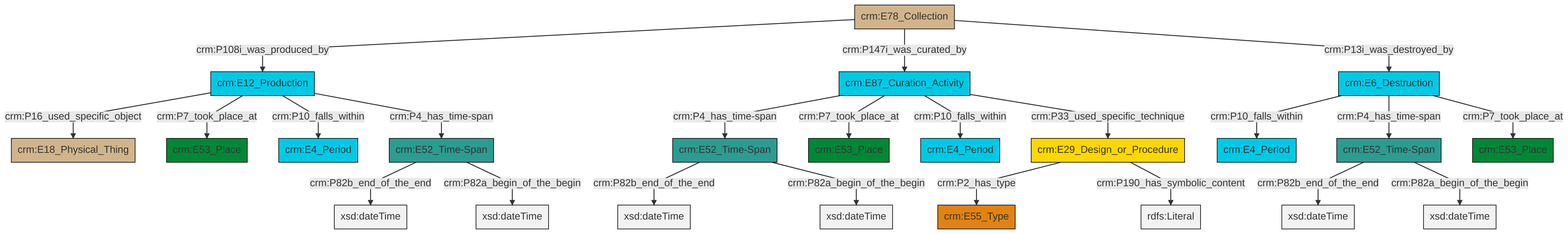
Above: et/archivalCSV/ttl/mmd/png/archival_existence.png in swiss-art-research-net/docs.swissartresearch (Mermaid), before the change. Its source is kept beside it as et/archivalCSV/ttl/mmd/archival_existence.ttl.mmd.
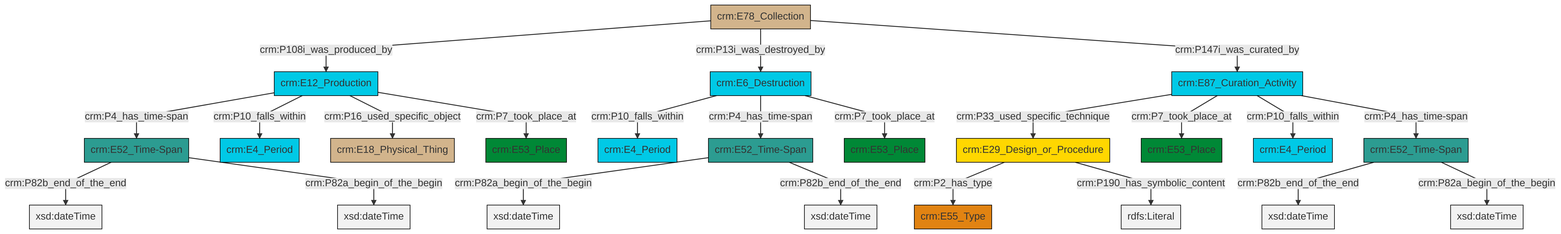
Later version of the same file.

Diff of the diagram source:
```diff
@@ -14,24 +14,24 @@
 classDef Multi fill:#cccccc,stroke:#000000;
 
 0["crm:E6_Destruction"]:::Temporal_Entity -->|crm:P10_falls_within| 1["crm:E4_Period"]:::Temporal_Entity
-4["crm:E78_Collection"]:::Physical_Thing -->|crm:P108i_was_produced_by| 5["crm:E12_Production"]:::Temporal_Entity
-6["crm:E87_Curation_Activity"]:::Temporal_Entity -->|crm:P4_has_time-span| 7["crm:E52_Time-Span"]:::Time-Span
-10["crm:E52_Time-Span"]:::Time-Span -->|crm:P82b_end_of_the_end| 11[xsd:dateTime]:::Literal
-14["crm:E52_Time-Span"]:::Time-Span -->|crm:P82b_end_of_the_end| 15[xsd:dateTime]:::Literal
-5["crm:E12_Production"]:::Temporal_Entity -->|crm:P16_used_specific_object| 16["crm:E18_Physical_Thing"]:::Physical_Thing
-4["crm:E78_Collection"]:::Physical_Thing -->|crm:P147i_was_curated_by| 6["crm:E87_Curation_Activity"]:::Temporal_Entity
-6["crm:E87_Curation_Activity"]:::Temporal_Entity -->|crm:P7_took_place_at| 8["crm:E53_Place"]:::Place
-19["crm:E29_Design_or_Procedure"]:::Conceptual_Object -->|crm:P2_has_type| 20["crm:E55_Type"]:::Type
-0["crm:E6_Destruction"]:::Temporal_Entity -->|crm:P4_has_time-span| 10["crm:E52_Time-Span"]:::Time-Span
-0["crm:E6_Destruction"]:::Temporal_Entity -->|crm:P7_took_place_at| 12["crm:E53_Place"]:::Place
-7["crm:E52_Time-Span"]:::Time-Span -->|crm:P82b_end_of_the_end| 24[xsd:dateTime]:::Literal
-19["crm:E29_Design_or_Procedure"]:::Conceptual_Object -->|crm:P190_has_symbolic_content| 26[rdfs:Literal]:::Literal
-5["crm:E12_Production"]:::Temporal_Entity -->|crm:P7_took_place_at| 28["crm:E53_Place"]:::Place
-4["crm:E78_Collection"]:::Physical_Thing -->|crm:P13i_was_destroyed_by| 0["crm:E6_Destruction"]:::Temporal_Entity
-5["crm:E12_Production"]:::Temporal_Entity -->|crm:P10_falls_within| 17["crm:E4_Period"]:::Temporal_Entity
-14["crm:E52_Time-Span"]:::Time-Span -->|crm:P82a_begin_of_the_begin| 30[xsd:dateTime]:::Literal
-10["crm:E52_Time-Span"]:::Time-Span -->|crm:P82a_begin_of_the_begin| 34[xsd:dateTime]:::Literal
-6["crm:E87_Curation_Activity"]:::Temporal_Entity -->|crm:P10_falls_within| 32["crm:E4_Period"]:::Temporal_Entity
-5["crm:E12_Production"]:::Temporal_Entity -->|crm:P4_has_time-span| 14["crm:E52_Time-Span"]:::Time-Span
-7["crm:E52_Time-Span"]:::Time-Span -->|crm:P82a_begin_of_the_begin| 38[xsd:dateTime]:::Literal
-6["crm:E87_Curation_Activity"]:::Temporal_Entity -->|crm:P33_used_specific_technique| 19["crm:E29_Design_or_Procedure"]:::Conceptual_Object
+4["crm:E52_Time-Span"]:::Time-Span -->|crm:P82b_end_of_the_end| 5[xsd:dateTime]:::Literal
+0["crm:E6_Destruction"]:::Temporal_Entity -->|crm:P4_has_time-span| 6["crm:E52_Time-Span"]:::Time-Span
+7["crm:E29_Design_or_Procedure"]:::Conceptual_Object -->|crm:P2_has_type| 8["crm:E55_Type"]:::Type
+10["crm:E78_Collection"]:::Physical_Thing -->|crm:P108i_was_produced_by| 12["crm:E12_Production"]:::Temporal_Entity
+17["crm:E52_Time-Span"]:::Time-Span -->|crm:P82b_end_of_the_end| 18[xsd:dateTime]:::Literal
+10["crm:E78_Collection"]:::Physical_Thing -->|crm:P13i_was_destroyed_by| 0["crm:E6_Destruction"]:::Temporal_Entity
+6["crm:E52_Time-Span"]:::Time-Span -->|crm:P82a_begin_of_the_begin| 21[xsd:dateTime]:::Literal
+2["crm:E87_Curation_Activity"]:::Temporal_Entity -->|crm:P33_used_specific_technique| 7["crm:E29_Design_or_Procedure"]:::Conceptual_Object
+0["crm:E6_Destruction"]:::Temporal_Entity -->|crm:P7_took_place_at| 23["crm:E53_Place"]:::Place
+12["crm:E12_Production"]:::Temporal_Entity -->|crm:P4_has_time-span| 4["crm:E52_Time-Span"]:::Time-Span
+4["crm:E52_Time-Span"]:::Time-Span -->|crm:P82a_begin_of_the_begin| 27[xsd:dateTime]:::Literal
+6["crm:E52_Time-Span"]:::Time-Span -->|crm:P82b_end_of_the_end| 28[xsd:dateTime]:::Literal
+10["crm:E78_Collection"]:::Physical_Thing -->|crm:P147i_was_curated_by| 2["crm:E87_Curation_Activity"]:::Temporal_Entity
+12["crm:E12_Production"]:::Temporal_Entity -->|crm:P10_falls_within| 13["crm:E4_Period"]:::Temporal_Entity
+7["crm:E29_Design_or_Procedure"]:::Conceptual_Object -->|crm:P190_has_symbolic_content| 31[rdfs:Literal]:::Literal
+12["crm:E12_Production"]:::Temporal_Entity -->|crm:P16_used_specific_object| 29["crm:E18_Physical_Thing"]:::Physical_Thing
+17["crm:E52_Time-Span"]:::Time-Span -->|crm:P82a_begin_of_the_begin| 33[xsd:dateTime]:::Literal
+12["crm:E12_Production"]:::Temporal_Entity -->|crm:P7_took_place_at| 35["crm:E53_Place"]:::Place
+2["crm:E87_Curation_Activity"]:::Temporal_Entity -->|crm:P7_took_place_at| 15["crm:E53_Place"]:::Place
+2["crm:E87_Curation_Activity"]:::Temporal_Entity -->|crm:P10_falls_within| 36["crm:E4_Period"]:::Temporal_Entity
+2["crm:E87_Curation_Activity"]:::Temporal_Entity -->|crm:P4_has_time-span| 17["crm:E52_Time-Span"]:::Time-Span
```
